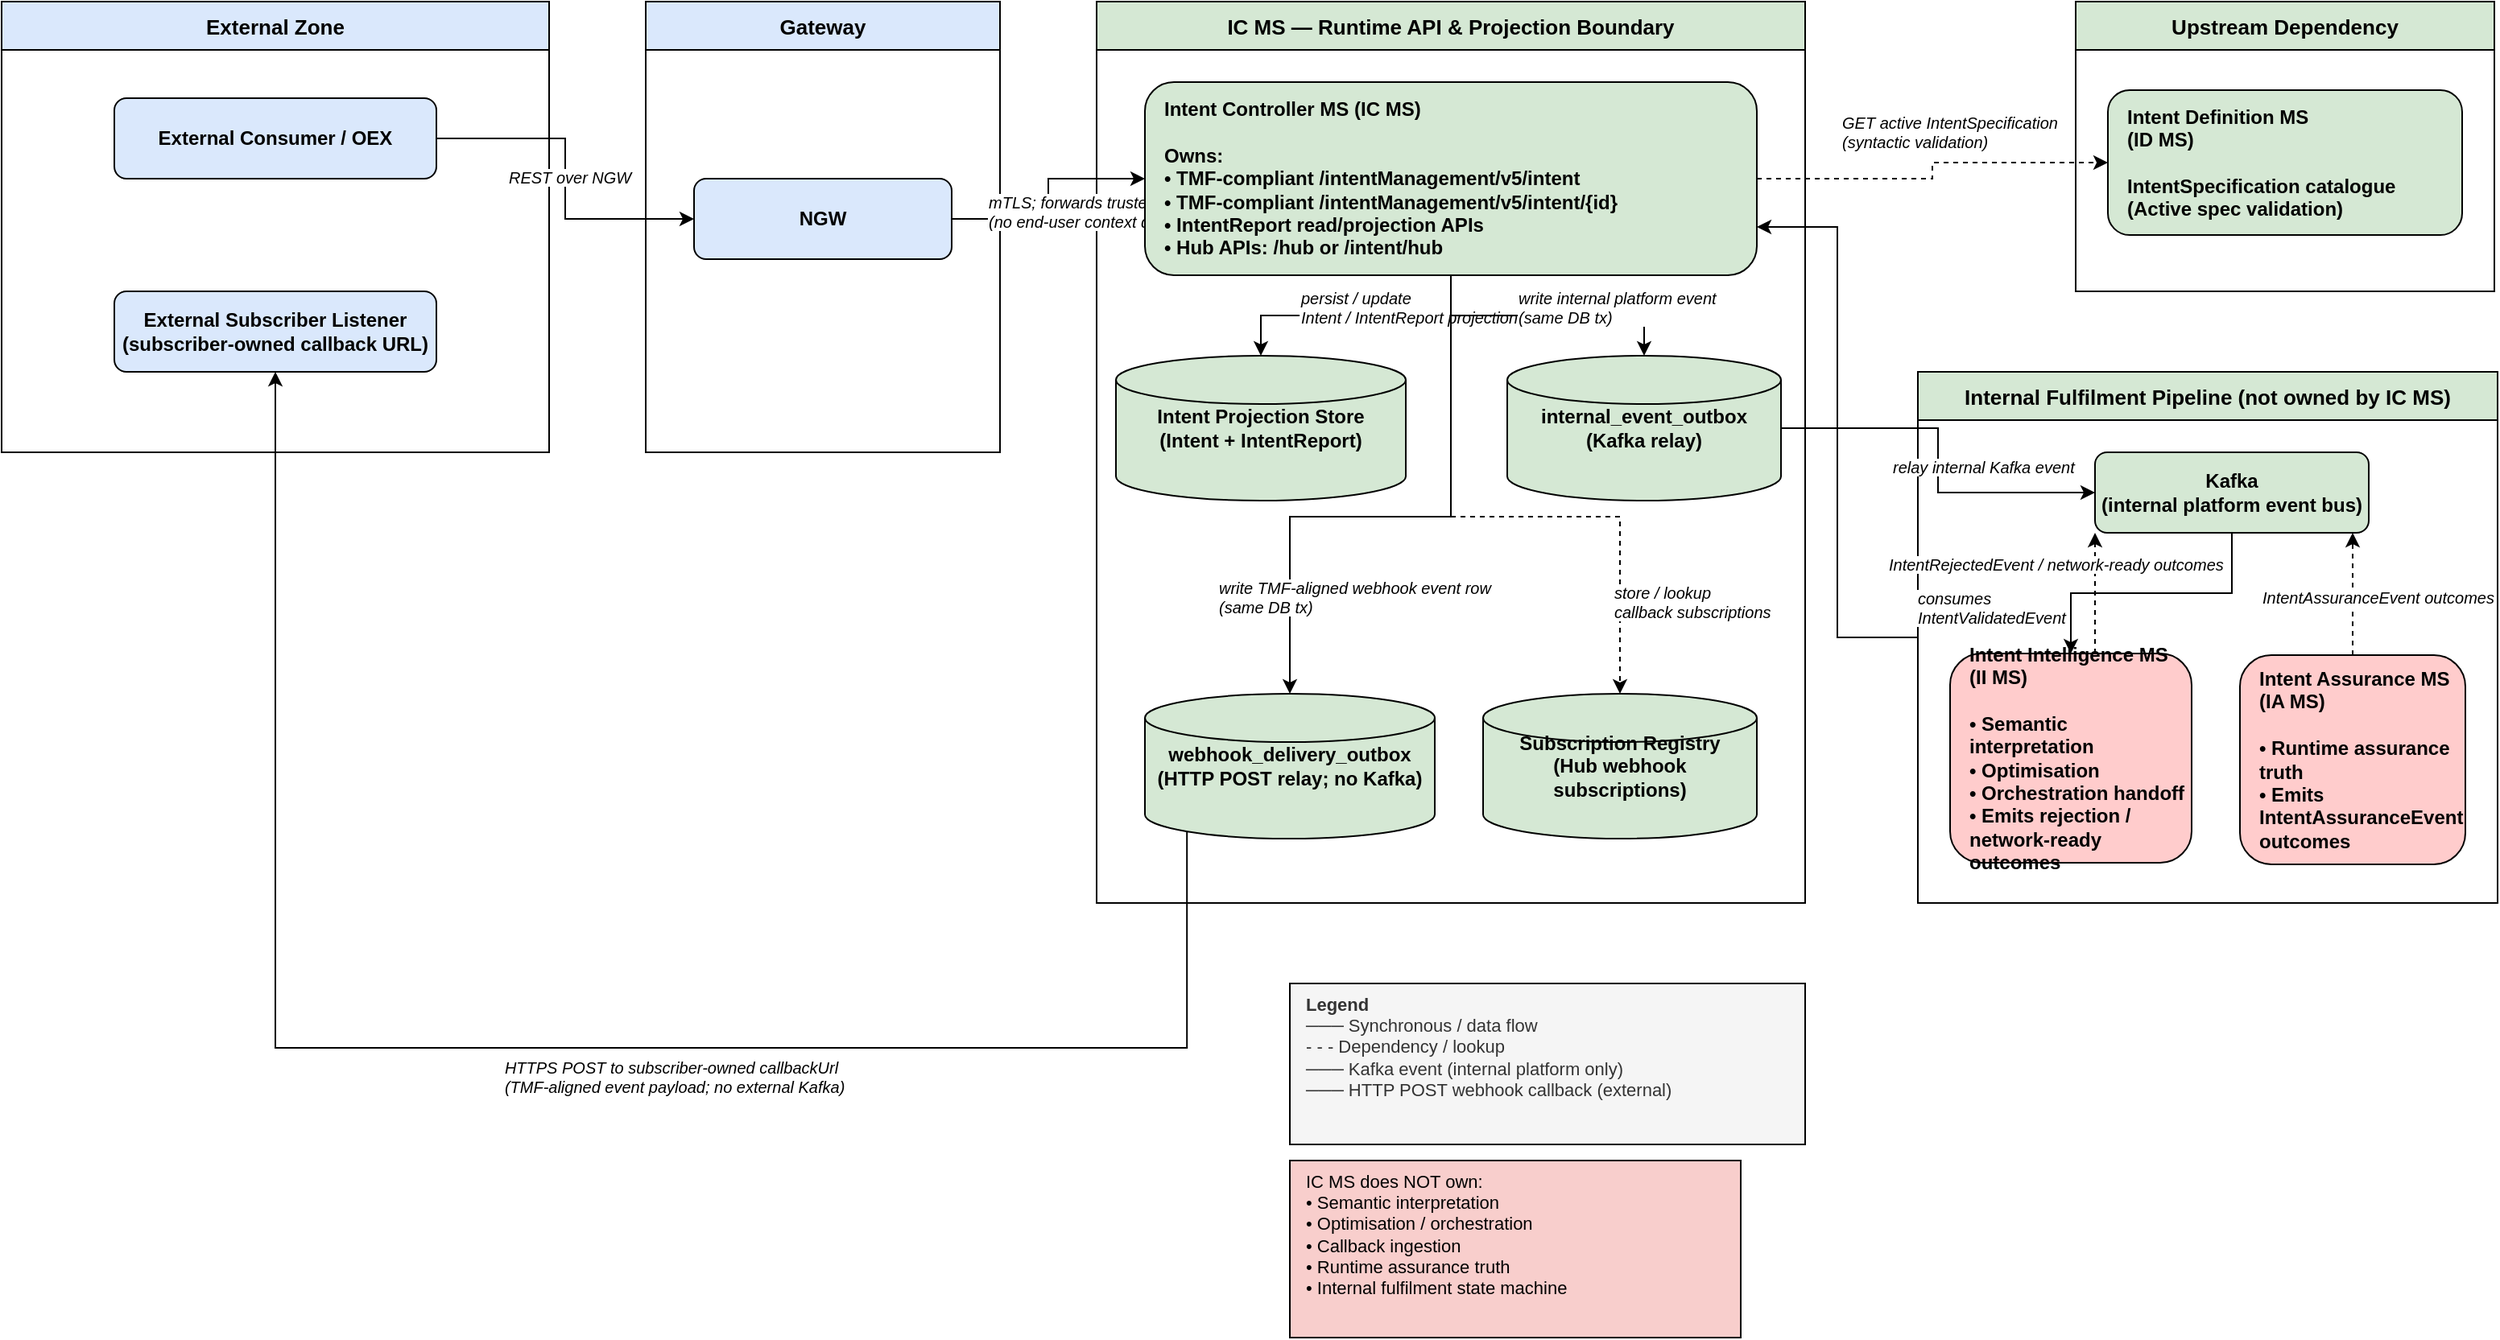
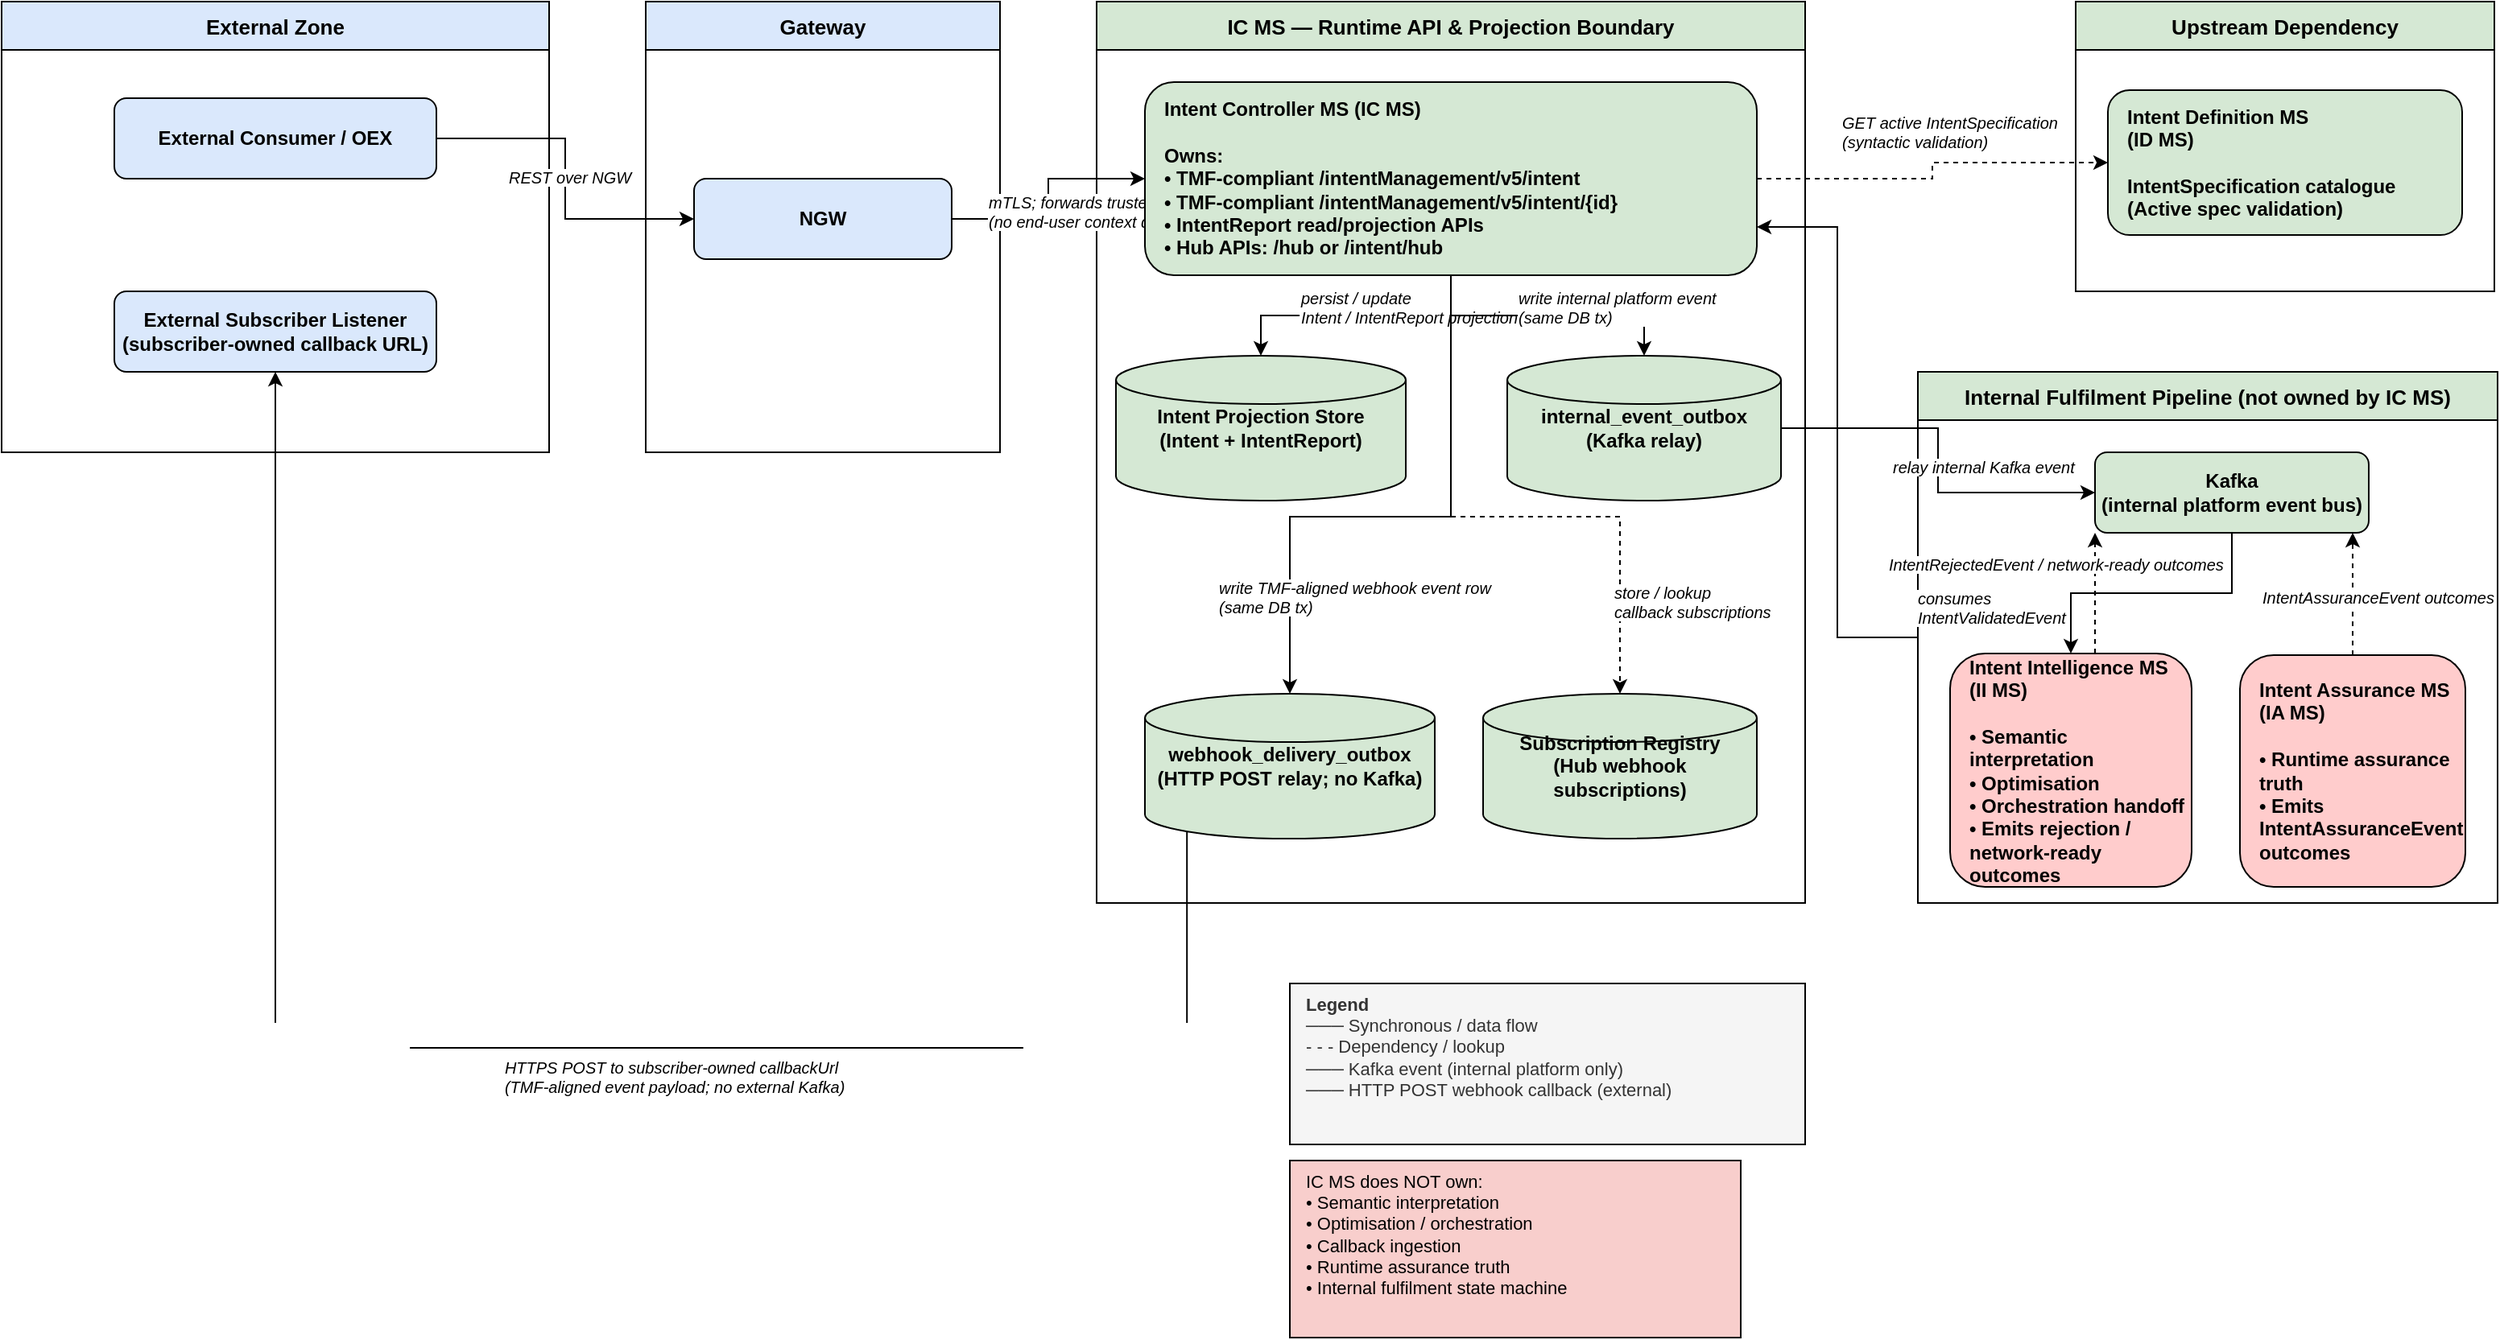
<mxfile host="65bd71144e">
    <diagram name="IC MS - Logical View" id="ic-ms-logical-view">
-         <mxGraphModel dx="754" dy="633" grid="1" gridSize="10" guides="1" tooltips="1" connect="1" arrows="1" fold="1" page="1" pageScale="1" pageWidth="1654" pageHeight="1169" math="0" shadow="0">
+         <mxGraphModel dx="716" dy="633" grid="1" gridSize="10" guides="1" tooltips="1" connect="1" arrows="1" fold="1" page="1" pageScale="1" pageWidth="1654" pageHeight="1169" math="0" shadow="0">
            <root>
                <mxCell id="0"/>
                <mxCell id="1" parent="0"/>
                <mxCell id="zone_external" value="External Zone" style="swimlane;startSize=30;fillColor=#dae8fc;strokeColor=default;fontStyle=1;fontSize=13;horizontal=1;container=0;" parent="1" vertex="1">
                    <mxGeometry x="40" y="40" width="340" height="280" as="geometry"/>
                </mxCell>
                <mxCell id="zone_gateway" value="Gateway" style="swimlane;startSize=30;fillColor=#dae8fc;strokeColor=default;fontStyle=1;fontSize=13;horizontal=1;container=0;" parent="1" vertex="1">
                    <mxGeometry x="440" y="40" width="220" height="280" as="geometry"/>
                </mxCell>
                <mxCell id="zone_icms" value="IC MS — Runtime API &amp; Projection Boundary" style="swimlane;startSize=30;fillColor=#d5e8d4;strokeColor=default;fontStyle=1;fontSize=13;horizontal=1;container=0;" parent="1" vertex="1">
                    <mxGeometry x="720" y="40" width="440" height="560" as="geometry"/>
                </mxCell>
                <mxCell id="zone_idms" value="Upstream Dependency" style="swimlane;startSize=30;fillColor=#d5e8d4;strokeColor=default;fontStyle=1;fontSize=13;horizontal=1;container=0;" parent="1" vertex="1">
                    <mxGeometry x="1328" y="40" width="260" height="180" as="geometry"/>
                </mxCell>
                <mxCell id="0MlcjW0cjBZ2ITzH3IxV-1" style="edgeStyle=orthogonalEdgeStyle;rounded=0;orthogonalLoop=1;jettySize=auto;html=1;entryX=1;entryY=0.75;entryDx=0;entryDy=0;fillColor=#d5e8d4;strokeColor=default;" parent="1" source="zone_internal" target="icms_core" edge="1">
                    <mxGeometry relative="1" as="geometry"/>
                </mxCell>
                <mxCell id="zone_internal" value="Internal Fulfilment Pipeline (not owned by IC MS)" style="swimlane;startSize=30;fillColor=#d5e8d4;strokeColor=default;fontStyle=1;fontSize=13;horizontal=1;container=0;" parent="1" vertex="1">
                    <mxGeometry x="1230" y="270" width="360" height="330" as="geometry"/>
                </mxCell>
                <mxCell id="e1" style="edgeStyle=orthogonalEdgeStyle;rounded=0;" parent="1" source="ext_consumer" target="gateway" edge="1">
                    <mxGeometry relative="1" as="geometry"/>
                </mxCell>
                <mxCell id="e1_lbl" value="REST over NGW" style="edgeLabel;fontSize=10;fontStyle=2;container=0;" parent="e1" connectable="0" vertex="1">
                    <mxGeometry relative="0.5" as="geometry">
                        <mxPoint x="-37" y="-13" as="offset"/>
                    </mxGeometry>
                </mxCell>
                <mxCell id="e2" style="edgeStyle=orthogonalEdgeStyle;rounded=0;" parent="1" source="gateway" target="icms_core" edge="1">
                    <mxGeometry relative="1" as="geometry"/>
                </mxCell>
                <mxCell id="e2_lbl" value="mTLS; forwards trusted system context&#xa;(no end-user context downstream)" style="edgeLabel;fontSize=10;fontStyle=2;container=0;" parent="e2" connectable="0" vertex="1">
                    <mxGeometry relative="0.5" as="geometry">
                        <mxPoint x="-39" y="-10" as="offset"/>
                    </mxGeometry>
                </mxCell>
                <mxCell id="e3" style="edgeStyle=orthogonalEdgeStyle;rounded=0;dashed=1;fillColor=#d5e8d4;strokeColor=default;" parent="1" source="icms_core" target="idms" edge="1">
                    <mxGeometry relative="1" as="geometry"/>
                </mxCell>
                <mxCell id="e3_lbl" value="GET active IntentSpecification&#xa;(syntactic validation)" style="edgeLabel;fontSize=10;fontStyle=2;container=0;" parent="e3" connectable="0" vertex="1">
                    <mxGeometry relative="0.5" as="geometry">
                        <mxPoint x="-58" y="-42" as="offset"/>
                    </mxGeometry>
                </mxCell>
                <mxCell id="e4" style="edgeStyle=orthogonalEdgeStyle;rounded=0;fillColor=#d5e8d4;strokeColor=default;" parent="1" source="icms_core" target="intent_store" edge="1">
                    <mxGeometry relative="1" as="geometry"/>
                </mxCell>
                <mxCell id="e4_lbl" value="persist / update&#xa;Intent / IntentReport projection" style="edgeLabel;fontSize=10;fontStyle=2;container=0;" parent="e4" connectable="0" vertex="1">
                    <mxGeometry relative="0.5" as="geometry">
                        <mxPoint x="-36" y="-23" as="offset"/>
                    </mxGeometry>
                </mxCell>
                <mxCell id="e5" style="edgeStyle=orthogonalEdgeStyle;rounded=0;fillColor=#d5e8d4;strokeColor=default;" parent="1" source="icms_core" target="int_outbox" edge="1">
                    <mxGeometry relative="1" as="geometry"/>
                </mxCell>
                <mxCell id="e5_lbl" value="write internal platform event&#xa;(same DB tx)" style="edgeLabel;fontSize=10;fontStyle=2;container=0;" parent="e5" connectable="0" vertex="1">
                    <mxGeometry relative="0.5" as="geometry">
                        <mxPoint x="-20" y="-23" as="offset"/>
                    </mxGeometry>
                </mxCell>
                <mxCell id="e6" style="edgeStyle=orthogonalEdgeStyle;rounded=0;fillColor=#d5e8d4;strokeColor=default;" parent="1" source="int_outbox" target="kafka" edge="1">
                    <mxGeometry relative="1" as="geometry"/>
                </mxCell>
                <mxCell id="e6_lbl" value="relay internal Kafka event" style="edgeLabel;fontSize=10;fontStyle=2;container=0;" parent="e6" connectable="0" vertex="1">
                    <mxGeometry relative="0.5" as="geometry">
                        <mxPoint x="-30" y="-8" as="offset"/>
                    </mxGeometry>
                </mxCell>
                <mxCell id="e7" style="edgeStyle=orthogonalEdgeStyle;rounded=0;fillColor=#d5e8d4;strokeColor=default;" parent="1" source="kafka" target="iims" edge="1">
                    <mxGeometry relative="1" as="geometry"/>
                </mxCell>
                <mxCell id="e7_lbl" value="consumes&#xa;IntentValidatedEvent" style="edgeLabel;fontSize=10;fontStyle=2;container=0;" parent="e7" connectable="0" vertex="1">
                    <mxGeometry relative="0.5" as="geometry">
                        <mxPoint x="-147" y="-9" as="offset"/>
                    </mxGeometry>
                </mxCell>
                <mxCell id="e8" style="edgeStyle=orthogonalEdgeStyle;rounded=0;dashed=1;fillColor=#d5e8d4;strokeColor=default;" parent="1" source="iims" target="kafka" edge="1">
                    <mxGeometry relative="1" as="geometry">
                        <Array as="points">
                            <mxPoint x="1310" y="490"/>
                            <mxPoint x="1380" y="490"/>
                            <mxPoint x="1380" y="360"/>
                        </Array>
                    </mxGeometry>
                </mxCell>
                <mxCell id="e8_lbl" value="IntentRejectedEvent / network-ready outcomes" style="edgeLabel;fontSize=10;fontStyle=2;container=0;" parent="e8" connectable="0" vertex="1">
                    <mxGeometry relative="0.5" as="geometry">
                        <mxPoint x="-130" y="-30" as="offset"/>
                    </mxGeometry>
                </mxCell>
                <mxCell id="e9" style="edgeStyle=orthogonalEdgeStyle;rounded=0;dashed=1;fillColor=#d5e8d4;strokeColor=default;" parent="1" source="iams" target="kafka" edge="1">
                    <mxGeometry relative="1" as="geometry">
                        <Array as="points">
                            <mxPoint x="1450" y="490"/>
                            <mxPoint x="1450" y="360"/>
                        </Array>
                    </mxGeometry>
                </mxCell>
                <mxCell id="e9_lbl" value="IntentAssuranceEvent outcomes" style="edgeLabel;fontSize=10;fontStyle=2;container=0;" parent="e9" connectable="0" vertex="1">
                    <mxGeometry relative="0.5" as="geometry">
                        <mxPoint x="-58" y="-10" as="offset"/>
                    </mxGeometry>
                </mxCell>
                <mxCell id="e11" style="edgeStyle=orthogonalEdgeStyle;rounded=0;fillColor=#d5e8d4;strokeColor=default;" parent="1" source="icms_core" target="webhook_outbox" edge="1">
                    <mxGeometry relative="1" as="geometry">
                        <Array as="points">
                            <mxPoint x="940" y="360"/>
                            <mxPoint x="840" y="360"/>
                        </Array>
                    </mxGeometry>
                </mxCell>
                <mxCell id="e11_lbl" value="write TMF-aligned webhook event row&#xa;(same DB tx)" style="edgeLabel;fontSize=10;fontStyle=2;container=0;" parent="e11" connectable="0" vertex="1">
                    <mxGeometry relative="0.5" as="geometry">
                        <mxPoint x="-116" y="32" as="offset"/>
                    </mxGeometry>
                </mxCell>
                <mxCell id="e12" style="edgeStyle=orthogonalEdgeStyle;rounded=0;strokeColor=default;exitX=0.145;exitY=1;exitDx=0;exitDy=-4.35;exitPerimeter=0;" parent="1" source="webhook_outbox" target="ext_subscriber" edge="1">
                    <mxGeometry relative="1" as="geometry">
                        <Array as="points">
                            <mxPoint x="776" y="690"/>
                            <mxPoint x="210" y="690"/>
                        </Array>
                    </mxGeometry>
                </mxCell>
                <mxCell id="e12_lbl" value="HTTPS POST to subscriber-owned callbackUrl&#xa;(TMF-aligned event payload; no external Kafka)" style="edgeLabel;fontSize=10;fontStyle=2;container=0;" parent="e12" connectable="0" vertex="1">
                    <mxGeometry relative="0.5" as="geometry"/>
                </mxCell>
                <mxCell id="e13" style="edgeStyle=orthogonalEdgeStyle;rounded=0;dashed=1;fillColor=#d5e8d4;strokeColor=default;" parent="1" source="icms_core" target="sub_registry" edge="1">
                    <mxGeometry relative="1" as="geometry">
                        <Array as="points">
                            <mxPoint x="940" y="360"/>
                            <mxPoint x="1045" y="360"/>
                        </Array>
                    </mxGeometry>
                </mxCell>
                <mxCell id="e13_lbl" value="store / lookup&#xa;callback subscriptions" style="edgeLabel;fontSize=10;fontStyle=2;container=0;" parent="e13" connectable="0" vertex="1">
                    <mxGeometry relative="0.5" as="geometry">
                        <mxPoint x="67" y="35" as="offset"/>
                    </mxGeometry>
                </mxCell>
                <mxCell id="legend" value="&lt;b&gt;Legend&lt;/b&gt;&#xa;─── Synchronous / data flow&#xa;- - - Dependency / lookup&#xa;─── Kafka event (internal platform only)&#xa;─── HTTP POST webhook callback (external)" style="text;html=1;strokeColor=default;fillColor=#f5f5f5;align=left;verticalAlign=top;spacingLeft=8;fontSize=11;fontColor=#333333;container=0;" parent="1" vertex="1">
                    <mxGeometry x="840" y="650" width="320" height="100" as="geometry"/>
                </mxCell>
                <mxCell id="not_owned_note" value="IC MS does NOT own:&#xa;• Semantic interpretation&#xa;• Optimisation / orchestration&#xa;• Callback ingestion&#xa;• Runtime assurance truth&#xa;• Internal fulfilment state machine" style="text;html=1;strokeColor=default;fillColor=#f8cecc;align=left;verticalAlign=top;spacingLeft=8;fontSize=11;container=0;" parent="1" vertex="1">
                    <mxGeometry x="840" y="760" width="280" height="110" as="geometry"/>
                </mxCell>
                <mxCell id="ext_consumer" value="External Consumer / OEX" style="rounded=1;whiteSpace=wrap;html=1;fillColor=#dae8fc;strokeColor=default;fontStyle=1;fontSize=12;container=0;" parent="1" vertex="1">
                    <mxGeometry x="110" y="100" width="200" height="50" as="geometry"/>
                </mxCell>
                <mxCell id="ext_subscriber" value="External Subscriber Listener&#xa;(subscriber-owned callback URL)" style="rounded=1;whiteSpace=wrap;html=1;fillColor=#dae8fc;strokeColor=default;fontStyle=1;fontSize=12;container=0;" parent="1" vertex="1">
                    <mxGeometry x="110" y="220" width="200" height="50" as="geometry"/>
                </mxCell>
                <mxCell id="gateway" value="NGW" style="rounded=1;whiteSpace=wrap;html=1;fillColor=#dae8fc;strokeColor=default;fontStyle=1;fontSize=12;container=0;" parent="1" vertex="1">
                    <mxGeometry x="470" y="150" width="160" height="50" as="geometry"/>
                </mxCell>
                <mxCell id="icms_core" value="Intent Controller MS (IC MS)&lt;br&gt;&lt;br&gt;Owns:&lt;br&gt;• TMF-compliant /intentManagement/v5/intent&lt;br&gt;• TMF-compliant /intentManagement/v5/intent/{id}&lt;br&gt;• IntentReport read/projection APIs&lt;br&gt;• Hub APIs: /hub or /intent/hub" style="rounded=1;whiteSpace=wrap;html=1;fillColor=#d5e8d4;strokeColor=default;fontStyle=1;fontSize=12;align=left;spacingLeft=10;container=0;" parent="1" vertex="1">
                    <mxGeometry x="750" y="90" width="380" height="120" as="geometry"/>
                </mxCell>
                <mxCell id="intent_store" value="Intent Projection Store&#xa;(Intent + IntentReport)" style="shape=cylinder3;whiteSpace=wrap;html=1;fillColor=#d5e8d4;strokeColor=default;fontStyle=1;fontSize=12;container=0;" parent="1" vertex="1">
                    <mxGeometry x="732" y="260" width="180" height="90" as="geometry"/>
                </mxCell>
                <mxCell id="int_outbox" value="internal_event_outbox&#xa;(Kafka relay)" style="shape=cylinder3;whiteSpace=wrap;html=1;fillColor=#d5e8d4;strokeColor=default;fontStyle=1;fontSize=12;container=0;" parent="1" vertex="1">
                    <mxGeometry x="975" y="260" width="170" height="90" as="geometry"/>
                </mxCell>
                <mxCell id="webhook_outbox" value="webhook_delivery_outbox&#xa;(HTTP POST relay; no Kafka)" style="shape=cylinder3;whiteSpace=wrap;html=1;fillColor=#d5e8d4;strokeColor=default;fontStyle=1;fontSize=12;container=0;" parent="1" vertex="1">
                    <mxGeometry x="750" y="470" width="180" height="90" as="geometry"/>
                </mxCell>
                <mxCell id="sub_registry" value="Subscription Registry&#xa;(Hub webhook subscriptions)" style="shape=cylinder3;whiteSpace=wrap;html=1;fillColor=#d5e8d4;strokeColor=default;fontStyle=1;fontSize=12;container=0;" parent="1" vertex="1">
                    <mxGeometry x="960" y="470" width="170" height="90" as="geometry"/>
                </mxCell>
                <mxCell id="idms" value="Intent Definition MS&#xa;(ID MS)&#xa;&#xa;IntentSpecification catalogue&#xa;(Active spec validation)" style="rounded=1;whiteSpace=wrap;html=1;fillColor=#d5e8d4;strokeColor=default;fontStyle=1;fontSize=12;align=left;spacingLeft=10;container=0;" parent="1" vertex="1">
                    <mxGeometry x="1348" y="95" width="220" height="90" as="geometry"/>
                </mxCell>
                <mxCell id="kafka" value="Kafka&#xa;(internal platform event bus)" style="rounded=1;whiteSpace=wrap;html=1;fillColor=#d5e8d4;strokeColor=default;fontStyle=1;fontSize=12;container=0;" parent="1" vertex="1">
                    <mxGeometry x="1340" y="320" width="170" height="50" as="geometry"/>
                </mxCell>
                <mxCell id="iims" value="Intent Intelligence MS&lt;br&gt;(II MS)&lt;br&gt;&lt;br&gt;• Semantic interpretation&lt;br&gt;• Optimisation&lt;br&gt;• Orchestration handoff&lt;br&gt;• Emits rejection / network-ready outcomes" style="rounded=1;whiteSpace=wrap;html=1;fillColor=#ffcccc;strokeColor=default;fontStyle=1;fontSize=12;align=left;spacingLeft=10;container=0;" parent="1" vertex="1">
-                     <mxGeometry x="1250" y="445" width="150" height="130" as="geometry"/>
+                     <mxGeometry x="1250" y="445" width="150" height="145" as="geometry"/>
                </mxCell>
                <mxCell id="iams" value="Intent Assurance MS&#xa;(IA MS)&#xa;&#xa;• Runtime assurance truth&#xa;• Emits IntentAssuranceEvent outcomes" style="rounded=1;whiteSpace=wrap;html=1;fillColor=#ffcccc;strokeColor=default;fontStyle=1;fontSize=12;align=left;spacingLeft=10;container=0;" parent="1" vertex="1">
-                     <mxGeometry x="1430" y="446" width="140" height="130" as="geometry"/>
+                     <mxGeometry x="1430" y="446" width="140" height="144" as="geometry"/>
                </mxCell>
            </root>
        </mxGraphModel>
    </diagram>
</mxfile>